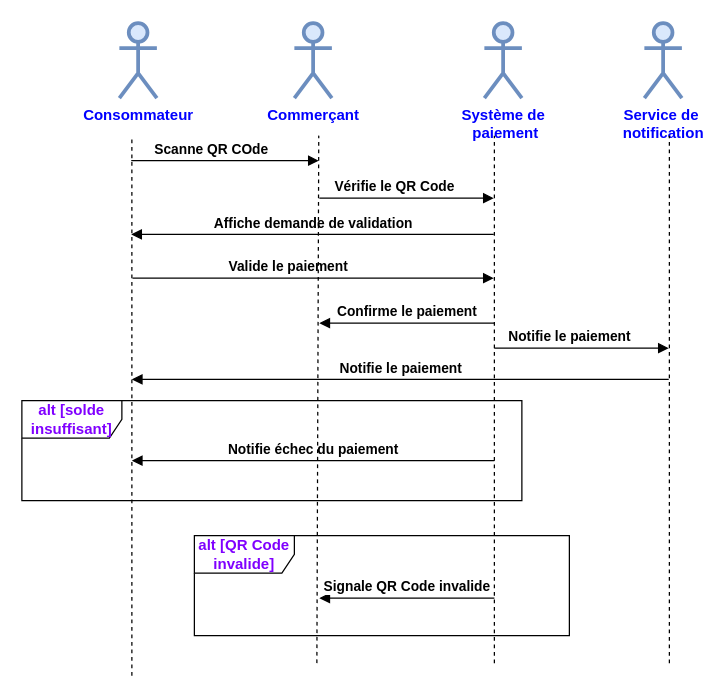
This is Diagramme_de_séquence_Paiement_par_QR_Code.drawio from msisitr/aventix-design, a draw.io file, before an edit. Source tidied: cells renumbered, new cells numbered last; positions are measured from the earlier drawing's top-left corner, leaving out a move shared by most shapes. Both pictures are drawn from the tidied source at 125%, with x=0, y=0 at pixel (21, 22).
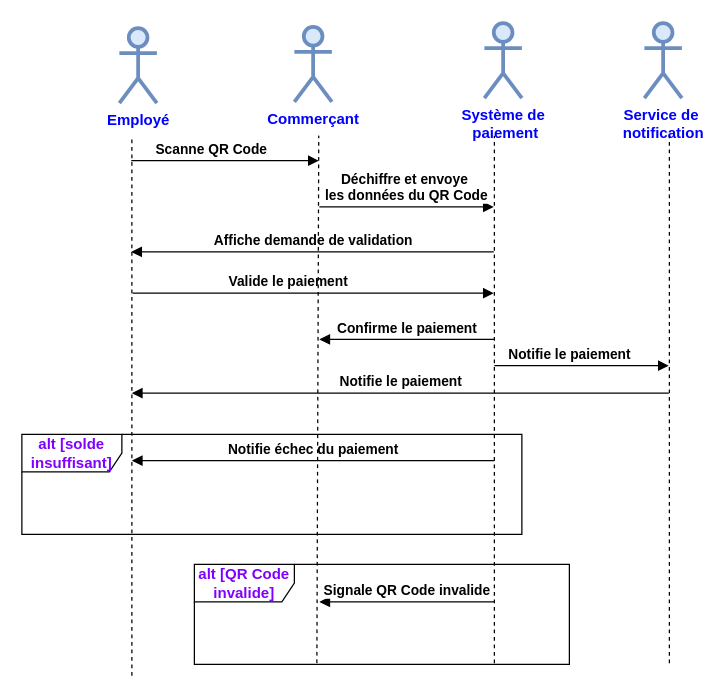
The same diagram, later.

Commit message:
Mettre à jour Diagramme_de_séquence_Paiement_par_QR_Code.drawio

Diff of the diagram source:
```diff
@@
-    <mxCell id="2" value="Scanne QR COde&amp;nbsp;" style="html=1;verticalAlign=bottom;endArrow=block;curved=0;rounded=0;fontStyle=1;" parent="1" edge="1">
+    <mxCell id="2" value="Scanne QR Code&amp;nbsp;" style="html=1;verticalAlign=bottom;endArrow=block;curved=0;rounded=0;fontStyle=1;" parent="1" edge="1">
       <mxGeometry x="-0.14" relative="1" as="geometry">
         <mxPoint x="87.5" y="110" as="sourcePoint" />
         <mxPoint x="237.5" y="110" as="targetPoint" />
       </mxGeometry>
     </mxCell>
-    <mxCell id="3" value="Vérifie le QR Code" style="html=1;verticalAlign=bottom;endArrow=block;curved=0;rounded=0;fontStyle=1;" parent="1" edge="1">
-      <mxGeometry x="-0.14" relative="1" as="geometry">
-        <mxPoint x="238" y="140" as="sourcePoint" />
-        <mxPoint x="377.5" y="140" as="targetPoint" />
+    <mxCell id="3" value="&lt;div&gt;Déchiffre et envoye&lt;/div&gt;&lt;div&gt;&amp;nbsp;les données du QR Code&lt;/div&gt;" style="html=1;verticalAlign=bottom;endArrow=block;curved=0;rounded=0;fontStyle=1;" parent="1" edge="1">
+      <mxGeometry x="-0.03" relative="1" as="geometry">
+        <mxPoint x="238" y="147" as="sourcePoint" />
+        <mxPoint x="377.5" y="147" as="targetPoint" />
       </mxGeometry>
     </mxCell>
     <mxCell id="4" value="Affiche demande de validation" style="html=1;verticalAlign=bottom;endArrow=block;curved=0;rounded=0;fontStyle=1;" parent="1" edge="1">
       <mxGeometry relative="1" as="geometry">
-        <mxPoint x="377.5" y="169" as="sourcePoint" />
-        <mxPoint x="87.5" y="169" as="targetPoint" />
+        <mxPoint x="377.5" y="183" as="sourcePoint" />
+        <mxPoint x="87.5" y="183" as="targetPoint" />
       </mxGeometry>
     </mxCell>
     <mxCell id="5" value="Valide le paiement" style="html=1;verticalAlign=bottom;endArrow=block;curved=0;rounded=0;fontStyle=1;" parent="1" edge="1">
       <mxGeometry x="-0.14" relative="1" as="geometry">
-        <mxPoint x="88.5" y="204" as="sourcePoint" />
-        <mxPoint x="377.5" y="204" as="targetPoint" />
+        <mxPoint x="88.5" y="216" as="sourcePoint" />
+        <mxPoint x="377.5" y="216" as="targetPoint" />
       </mxGeometry>
     </mxCell>
     <mxCell id="6" value="Confirme le paiement" style="html=1;verticalAlign=bottom;endArrow=block;curved=0;rounded=0;fontStyle=1;" parent="1" edge="1">
       <mxGeometry relative="1" as="geometry">
-        <mxPoint x="378" y="240" as="sourcePoint" />
-        <mxPoint x="238" y="240" as="targetPoint" />
+        <mxPoint x="378" y="253" as="sourcePoint" />
+        <mxPoint x="238" y="253" as="targetPoint" />
       </mxGeometry>
     </mxCell>
     <mxCell id="7" value="Notifie le paiement" style="html=1;verticalAlign=bottom;endArrow=block;curved=0;rounded=0;fontStyle=1;" parent="1" edge="1">
       <mxGeometry x="-0.14" relative="1" as="geometry">
-        <mxPoint x="378" y="260" as="sourcePoint" />
-        <mxPoint x="517.5" y="260" as="targetPoint" />
+        <mxPoint x="378" y="274" as="sourcePoint" />
+        <mxPoint x="517.5" y="274" as="targetPoint" />
       </mxGeometry>
     </mxCell>
     <mxCell id="8" value="Notifie le paiement" style="html=1;verticalAlign=bottom;endArrow=block;curved=0;rounded=0;fontStyle=1;" parent="1" edge="1">
       <mxGeometry relative="1" as="geometry">
-        <mxPoint x="517.5" y="285" as="sourcePoint" />
-        <mxPoint x="88" y="285" as="targetPoint" />
+        <mxPoint x="517.5" y="296" as="sourcePoint" />
+        <mxPoint x="88" y="296" as="targetPoint" />
       </mxGeometry>
     </mxCell>
     <mxCell id="9" value="alt [solde insuffisant]" style="shape=umlFrame;whiteSpace=wrap;html=1;width=80;height=30;fontStyle=1;fontColor=light-dark(#8000ff, #ededed);" parent="1" vertex="1">
-      <mxGeometry y="302" width="400" height="80" as="geometry" />
+      <mxGeometry y="329" width="400" height="80" as="geometry" />
     </mxCell>
@@
     <mxCell id="11" value="alt [QR Code invalide]" style="shape=umlFrame;whiteSpace=wrap;html=1;width=80;height=30;fontStyle=1;fontColor=light-dark(#8000ff, #ededed);" parent="1" vertex="1">
-      <mxGeometry x="138" y="410" width="300" height="80" as="geometry" />
+      <mxGeometry x="138" y="433" width="300" height="80" as="geometry" />
     </mxCell>
     <mxCell id="12" value="Signale QR Code invalide" style="html=1;verticalAlign=bottom;endArrow=block;curved=0;rounded=0;fontStyle=1;" parent="1" edge="1">
       <mxGeometry relative="1" as="geometry">
-        <mxPoint x="378" y="460" as="sourcePoint" />
-        <mxPoint x="238" y="460" as="targetPoint" />
+        <mxPoint x="378" y="463" as="sourcePoint" />
+        <mxPoint x="238" y="463" as="targetPoint" />
       </mxGeometry>
     </mxCell>
-    <mxCell id="13" value="Consommateur" style="shape=umlActor;verticalLabelPosition=bottom;verticalAlign=top;html=1;fillColor=#dae8fc;strokeColor=#6c8ebf;strokeWidth=3;fontStyle=1;fontColor=light-dark(#0000ff, #ededed);" parent="1" vertex="1">
-      <mxGeometry x="78" width="30" height="60" as="geometry" />
+    <mxCell id="13" value="Employé " style="shape=umlActor;verticalLabelPosition=bottom;verticalAlign=top;html=1;fillColor=#dae8fc;strokeColor=#6c8ebf;strokeWidth=3;fontStyle=1;fontColor=light-dark(#0000ff, #ededed);" parent="1" vertex="1">
+      <mxGeometry x="78" y="4" width="30" height="60" as="geometry" />
     </mxCell>
     <mxCell id="14" value="Commerçant" style="shape=umlActor;verticalLabelPosition=bottom;verticalAlign=top;html=1;fillColor=#dae8fc;strokeColor=#6c8ebf;strokeWidth=3;fontStyle=1;fontColor=light-dark(#0000ff, #ededed);" parent="1" vertex="1">
-      <mxGeometry x="218" width="30" height="60" as="geometry" />
+      <mxGeometry x="218" y="3" width="30" height="60" as="geometry" />
     </mxCell>
```
